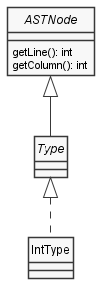
Before: docs/diagrams/Types.png, a diagram exported from PlantUML (uo271288/dlp-compiler).
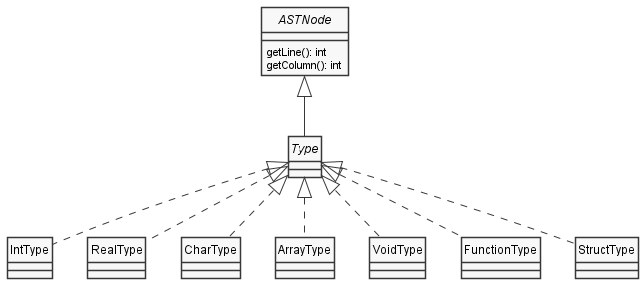
The same file after the commit.

Change to the diagram source:
```diff
@@ -9,10 +9,27 @@
 
 interface Type
 
-ASTNode <|-- Type
-
 class IntType
 
+class RealType
+
+class CharType
+
+class ArrayType
+
+class VoidType
+
+class FunctionType
+
+class StructType
+
+ASTNode <|-- Type
 Type <|.. IntType
+Type <|.. RealType
+Type <|.. CharType
+Type <|.. ArrayType
+Type <|.. VoidType
+Type <|.. FunctionType
+Type <|.. StructType
 
 @enduml
```
